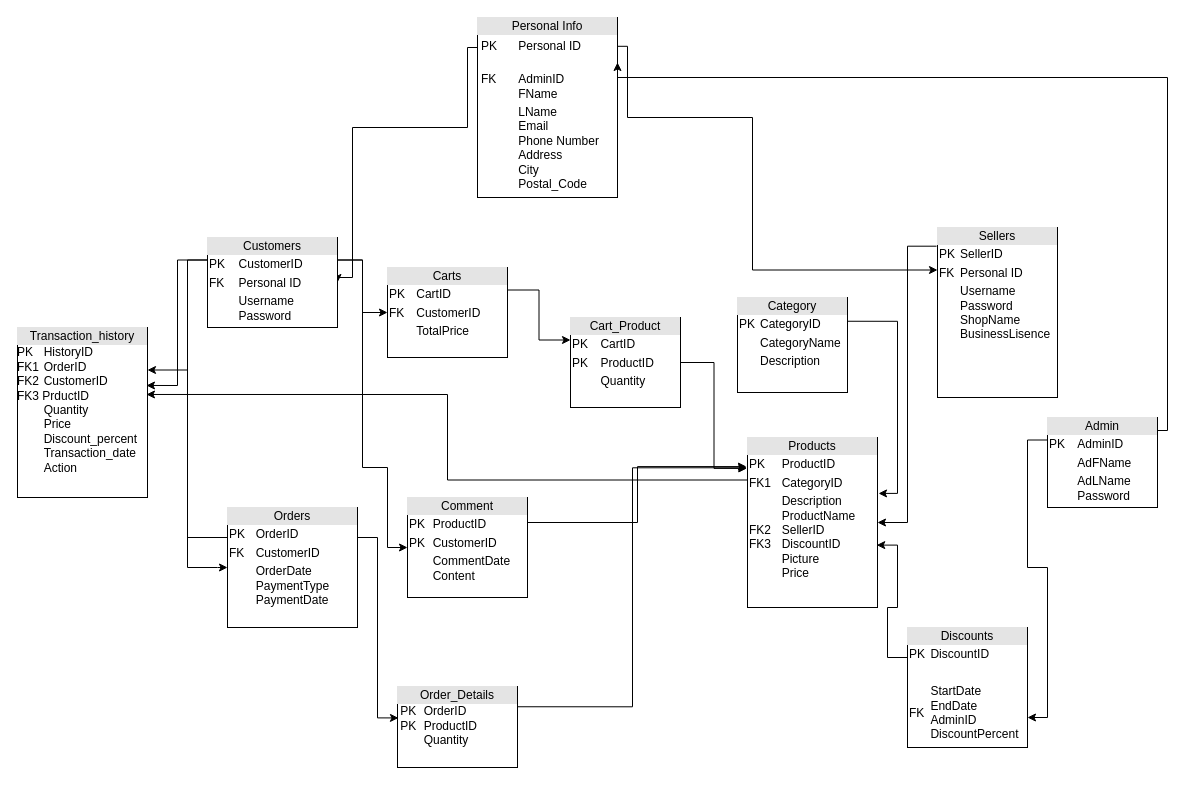
Before: design/Relational Model.drawio in PhucAnh0502/Database, a draw.io diagram. Source tidied: cells renumbered, new cells numbered last; positions are measured from the earlier drawing's top-left corner, leaving out a move shared by most shapes. Both pictures are drawn from the tidied source at 100%, with x=0, y=0 at pixel (17, 17).
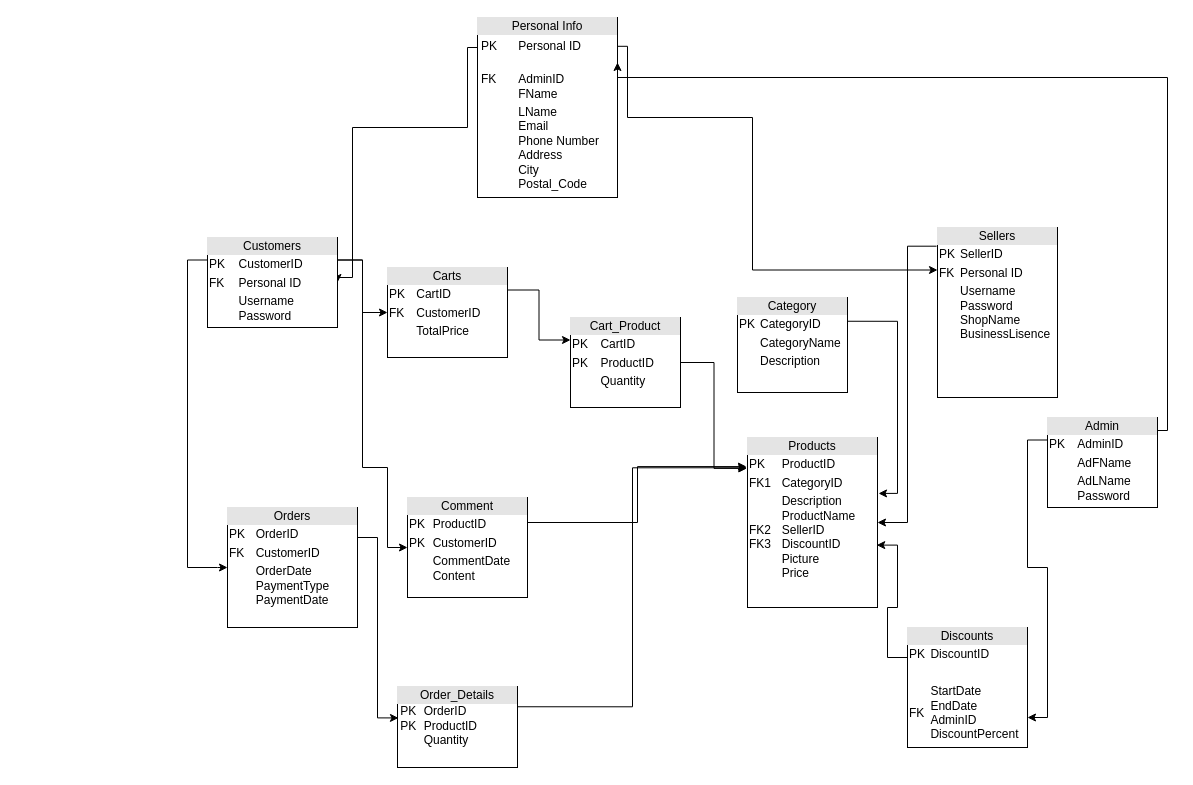
Above is the later version.

The change refers to these unchanged cells:
```xml
<mxCell id="8" value="&lt;div style=&quot;text-align: center; box-sizing: border-box; width: 100%; background: rgb(228, 228, 228); padding: 2px;&quot;&gt;Customers&lt;/div&gt;&lt;table style=&quot;text-align: justify; width: 100%; font-size: 1em;&quot; cellpadding=&quot;2&quot; cellspacing=&quot;0&quot;&gt;&lt;tbody&gt;&lt;tr&gt;&lt;td&gt;PK&lt;/td&gt;&lt;td&gt;CustomerID&lt;/td&gt;&lt;/tr&gt;&lt;tr&gt;&lt;td&gt;FK&lt;/td&gt;&lt;td&gt;Personal ID&lt;/td&gt;&lt;/tr&gt;&lt;tr&gt;&lt;td&gt;&lt;/td&gt;&lt;td&gt;Username&lt;br&gt;Password&lt;/td&gt;&lt;/tr&gt;&lt;/tbody&gt;&lt;/table&gt;" style="verticalAlign=top;align=left;overflow=fill;html=1;whiteSpace=wrap;" parent="1" vertex="1">
  <mxGeometry x="190" y="220" width="130" height="90" as="geometry" />
</mxCell>
<mxCell id="14" value="&lt;div style=&quot;text-align: center; box-sizing: border-box; width: 100%; background: rgb(228, 228, 228); padding: 2px;&quot;&gt;Orders&lt;/div&gt;&lt;table style=&quot;width:100%;font-size:1em;&quot; cellpadding=&quot;2&quot; cellspacing=&quot;0&quot;&gt;&lt;tbody&gt;&lt;tr&gt;&lt;td&gt;PK&lt;/td&gt;&lt;td&gt;OrderID&lt;/td&gt;&lt;/tr&gt;&lt;tr&gt;&lt;td&gt;FK&lt;/td&gt;&lt;td&gt;CustomerID&lt;/td&gt;&lt;/tr&gt;&lt;tr&gt;&lt;td&gt;&lt;/td&gt;&lt;td&gt;OrderDate&lt;br&gt;PaymentType&lt;br&gt;PaymentDate&lt;/td&gt;&lt;/tr&gt;&lt;/tbody&gt;&lt;/table&gt;" style="verticalAlign=top;align=left;overflow=fill;html=1;whiteSpace=wrap;" parent="1" vertex="1">
  <mxGeometry x="210" y="490" width="130" height="120" as="geometry" />
</mxCell>
<mxCell id="16" value="&lt;div style=&quot;text-align: center; box-sizing: border-box; width: 100%; background: rgb(228, 228, 228); padding: 2px;&quot;&gt;Products&lt;/div&gt;&lt;table style=&quot;width: 100%; font-size: 1em;&quot; cellpadding=&quot;2&quot; cellspacing=&quot;0&quot;&gt;&lt;tbody&gt;&lt;tr&gt;&lt;td&gt;PK&lt;/td&gt;&lt;td&gt;ProductID&lt;/td&gt;&lt;/tr&gt;&lt;tr&gt;&lt;td&gt;FK1&lt;/td&gt;&lt;td&gt;CategoryID&lt;br&gt;&lt;/td&gt;&lt;/tr&gt;&lt;tr&gt;&lt;td&gt;FK2&lt;br&gt;FK3&lt;/td&gt;&lt;td&gt;Description&lt;br&gt;ProductName&lt;br&gt;SellerID&lt;br&gt;DiscountID&lt;br&gt;Picture&lt;br&gt;Price&lt;/td&gt;&lt;/tr&gt;&lt;/tbody&gt;&lt;/table&gt;" style="verticalAlign=top;align=left;overflow=fill;html=1;whiteSpace=wrap;" parent="1" vertex="1">
  <mxGeometry x="730" y="420" width="130" height="170" as="geometry" />
</mxCell>
```

What changed in the source:
```diff
@@
-    <mxCell id="13" style="edgeStyle=orthogonalEdgeStyle;rounded=0;jettySize=auto;html=1;exitX=0;exitY=0.25;exitDx=0;exitDy=0;entryX=1;entryY=0.25;entryDx=0;entryDy=0;" parent="1" edge="1" source="14" target="30">
-      <mxGeometry relative="1" as="geometry" />
-    </mxCell>
@@
-    <mxCell id="30" value="&lt;div style=&quot;text-align: center; box-sizing: border-box; width: 100%; background: rgb(228, 228, 228); padding: 2px;&quot;&gt;Transaction_history&lt;/div&gt;PK&lt;span style=&quot;white-space: pre;&quot;&gt;&#9;&lt;/span&gt;HistoryID&lt;div&gt;FK1&lt;span style=&quot;white-space: pre;&quot;&gt;&#9;&lt;/span&gt;OrderID&lt;/div&gt;&lt;div&gt;FK2&lt;span style=&quot;white-space: pre;&quot;&gt;&#9;&lt;/span&gt;CustomerID&lt;/div&gt;&lt;div&gt;FK3 PrductID&lt;/div&gt;&lt;div&gt;&lt;span style=&quot;white-space: pre;&quot;&gt;&#9;&lt;/span&gt;Quantity&lt;br&gt;&lt;/div&gt;&lt;div&gt;&lt;span style=&quot;white-space: pre;&quot;&gt;&#9;&lt;/span&gt;Price&lt;br&gt;&lt;/div&gt;&lt;div&gt;&lt;span style=&quot;white-space: pre;&quot;&gt;&#9;&lt;/span&gt;Discount_percent&lt;br&gt;&lt;/div&gt;&lt;div&gt;&lt;span style=&quot;white-space: pre;&quot;&gt;&#9;&lt;/span&gt;Transaction_date&lt;br&gt;&lt;/div&gt;&lt;div&gt;&lt;span style=&quot;white-space: pre;&quot;&gt;&#9;&lt;/span&gt;Action&lt;br&gt;&lt;/div&gt;&lt;div&gt;&lt;br&gt;&lt;/div&gt;" style="verticalAlign=top;align=left;overflow=fill;html=1;whiteSpace=wrap;" parent="1" vertex="1">
-      <mxGeometry y="310" width="130" height="170" as="geometry" />
-    </mxCell>
-    <mxCell id="31" style="edgeStyle=orthogonalEdgeStyle;rounded=0;jettySize=auto;html=1;exitX=0;exitY=0.25;exitDx=0;exitDy=0;entryX=0.992;entryY=0.341;entryDx=0;entryDy=0;entryPerimeter=0;" parent="1" edge="1" source="8" target="30">
-      <mxGeometry relative="1" as="geometry" />
-    </mxCell>
-    <mxCell id="32" style="edgeStyle=orthogonalEdgeStyle;rounded=0;jettySize=auto;html=1;exitX=0;exitY=0.25;exitDx=0;exitDy=0;entryX=0.992;entryY=0.394;entryDx=0;entryDy=0;entryPerimeter=0;" parent="1" edge="1" source="16" target="30">
-      <mxGeometry relative="1" as="geometry" />
-    </mxCell>
```
